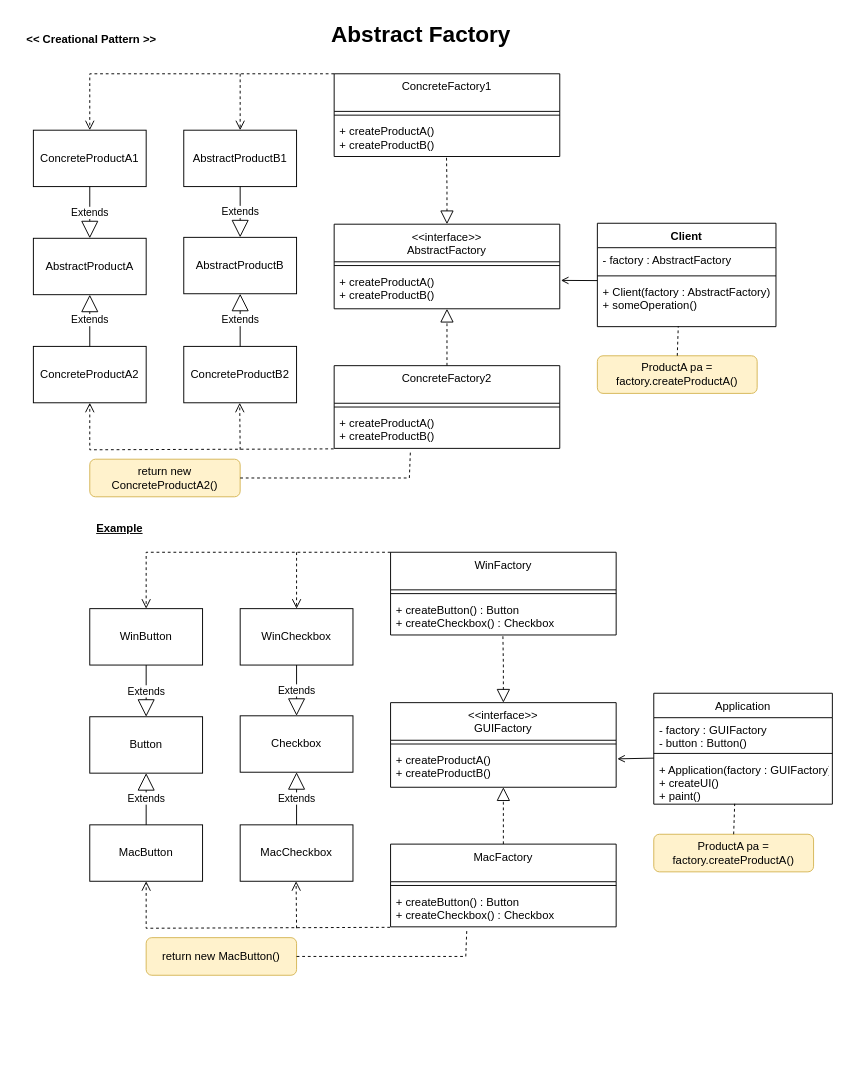
Earlier version of the draw.io diagram Creational - AbstractFactory.drawio (yalankar/yalankar). Source tidied: cells renumbered, new cells numbered last; positions are measured from the earlier drawing's top-left corner, leaving out a move shared by most shapes. Both pictures are drawn from the tidied source at 94%, with x=0, y=0 at pixel (16, 16).
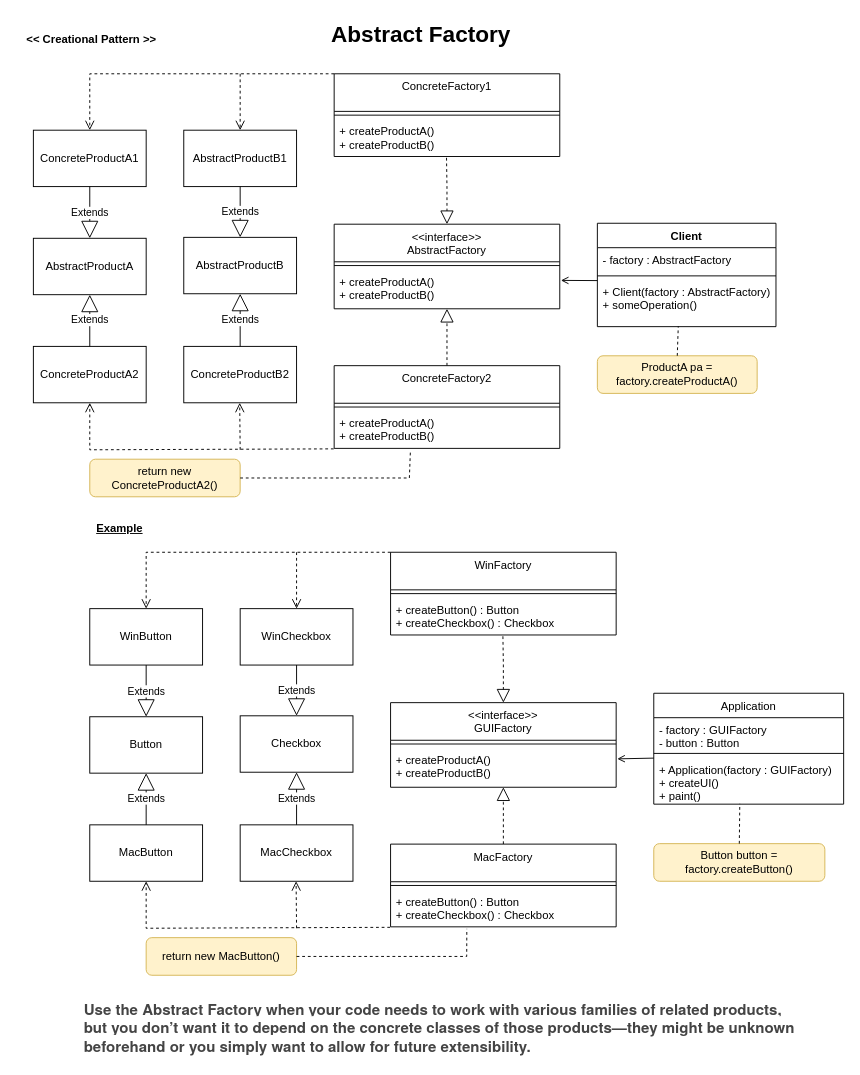
The same page after the edit.

Unchanged cells that the change refers to:
```xml
<mxCell id="43" value="return new MacButton()" style="text;html=1;align=center;verticalAlign=middle;whiteSpace=wrap;rounded=1;sketch=0;shadow=0;fillColor=#fff2cc;strokeColor=#d6b656;" parent="1" vertex="1">
  <mxGeometry x="138" y="980" width="160" height="40" as="geometry" />
</mxCell>
<mxCell id="49" value="+ createButton() : Button&#10;+ createCheckbox() : Checkbox" style="text;strokeColor=none;fillColor=none;align=left;verticalAlign=top;spacingLeft=4;spacingRight=4;overflow=hidden;points=[[0,0.5],[1,0.5]];portConstraint=eastwest;" parent="47" vertex="1">
  <mxGeometry y="48" width="240" height="40" as="geometry" />
</mxCell>
```

Change to the diagram source:
```diff
@@
     <mxCell id="57" value="Application" style="swimlane;fontStyle=0;align=center;verticalAlign=top;horizontal=1;startSize=26;" parent="1" vertex="1">
-      <mxGeometry x="678" y="720" width="190" height="118" as="geometry" />
+      <mxGeometry x="678" y="720" width="202" height="118" as="geometry" />
     </mxCell>
-    <mxCell id="58" value="- factory : GUIFactory&#10;- button : Button()" style="text;strokeColor=none;fillColor=none;align=left;verticalAlign=top;spacingLeft=4;spacingRight=4;overflow=hidden;" parent="57" vertex="1">
-      <mxGeometry y="26" width="190" height="34" as="geometry" />
+    <mxCell id="58" value="- factory : GUIFactory&#10;- button : Button" style="text;strokeColor=none;fillColor=none;align=left;verticalAlign=top;spacingLeft=4;spacingRight=4;overflow=hidden;" parent="57" vertex="1">
+      <mxGeometry y="26" width="202" height="34" as="geometry" />
     </mxCell>
     <mxCell id="59" style="line;strokeWidth=1;fillColor=none;align=left;verticalAlign=middle;spacingTop=-1;spacingLeft=3;spacingRight=3;labelPosition=right;" parent="57" vertex="1">
-      <mxGeometry y="60" width="190" height="8" as="geometry" />
+      <mxGeometry y="60" width="202" height="8" as="geometry" />
     </mxCell>
     <mxCell id="60" value="+ Application(factory : GUIFactory)&#10;+ createUI()&#10;+ paint()" style="text;strokeColor=none;fillColor=none;align=left;verticalAlign=top;spacingLeft=4;spacingRight=4;overflow=hidden;points=[[0,0.5],[1,0.5]];portConstraint=eastwest;" parent="57" vertex="1">
-      <mxGeometry y="68" width="190" height="50" as="geometry" />
+      <mxGeometry y="68" width="202" height="50" as="geometry" />
     </mxCell>
-    <mxCell id="61" value="ProductA pa = factory.createProductA()" style="text;html=1;align=center;verticalAlign=middle;whiteSpace=wrap;rounded=1;sketch=0;shadow=0;fillColor=#fff2cc;strokeColor=#d6b656;" parent="1" vertex="1">
-      <mxGeometry x="678" y="870" width="170" height="40" as="geometry" />
+    <mxCell id="61" value="Button button = factory.createButton()" style="text;html=1;align=center;verticalAlign=middle;whiteSpace=wrap;rounded=1;sketch=0;shadow=0;fillColor=#fff2cc;strokeColor=#d6b656;" parent="1" vertex="1">
+      <mxGeometry x="678" y="880" width="182" height="40" as="geometry" />
     </mxCell>
@@
     <mxCell id="71" style="endArrow=none;dashed=1;html=1;rounded=0;exitX=1;exitY=0.5;exitDx=0;exitDy=0;entryX=0.338;entryY=1.053;entryDx=0;entryDy=0;entryPerimeter=0;" parent="1" edge="1" source="43" target="49">
       <mxGeometry relative="1" as="geometry">
         <Array as="points">
-          <mxPoint x="478" y="1000" />
+          <mxPoint x="479" y="1000" />
         </Array>
       </mxGeometry>
     </mxCell>
@@
+    <mxCell id="73" value="&lt;span style=&quot;color: rgb(68, 68, 68); font-family: &amp;quot;PT Sans&amp;quot;, &amp;quot;Helvetica Neue&amp;quot;, Arial, sans-serif; font-size: 16px; font-style: normal; font-variant-ligatures: normal; font-variant-caps: normal; font-weight: 700; letter-spacing: normal; orphans: 2; text-align: left; text-indent: 0px; text-transform: none; widows: 2; word-spacing: 0px; -webkit-text-stroke-width: 0px; background-color: rgb(255, 255, 255); text-decoration-thickness: initial; text-decoration-style: initial; text-decoration-color: initial; float: none; display: inline !important;&quot;&gt;Use the Abstract Factory when your code needs to work with various families of related products, but you don’t want it to depend on the concrete classes of those products—they might be unknown beforehand or you simply want to allow for future extensibility.&lt;/span&gt;" style="text;whiteSpace=wrap;html=1;" parent="1" vertex="1">
+      <mxGeometry x="70" y="1040" width="760" height="70" as="geometry" />
+    </mxCell>
```
